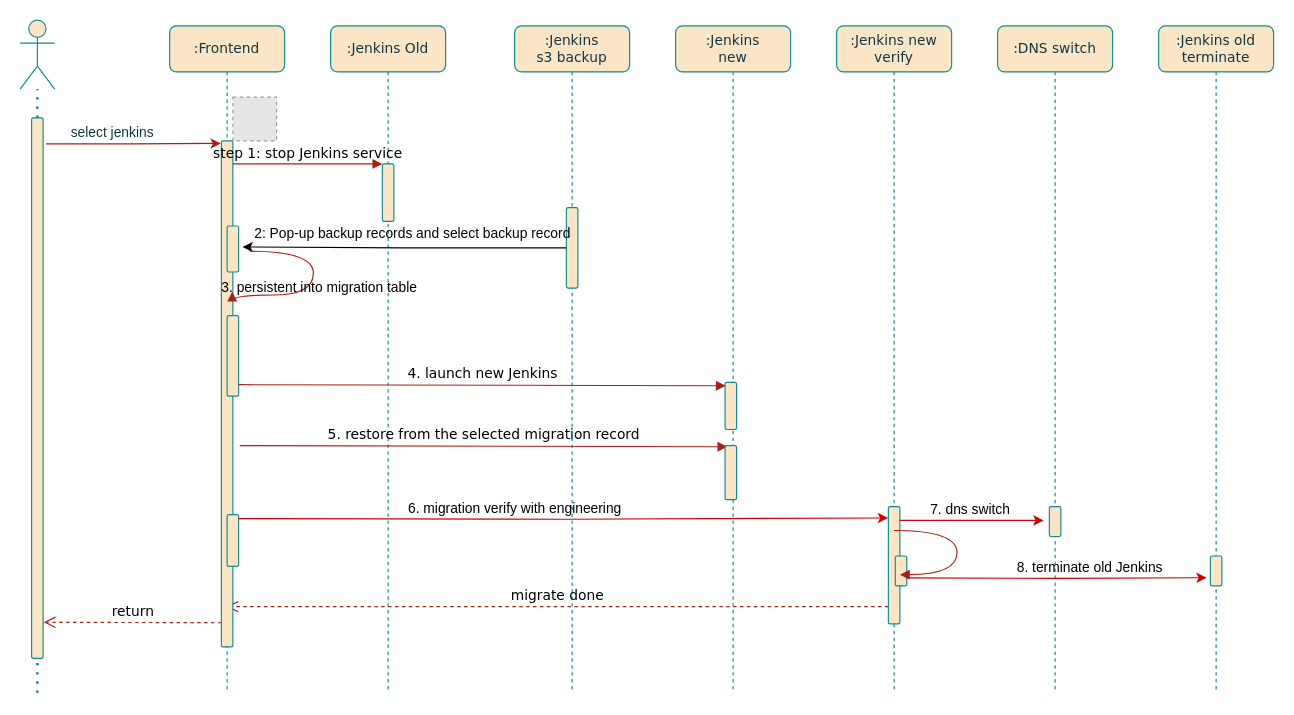
Before: Jenkins_migration_2.drawio in jiangtao7/draw.io, a draw.io diagram. Source tidied: cells renumbered, new cells numbered last; positions are measured from the earlier drawing's top-left corner, leaving out a move shared by most shapes. Both pictures are drawn from the tidied source at 115%, with x=0, y=0 at pixel (20, 20). Pictures stored in the file or linked from it are replaced by grey dashed boxes.
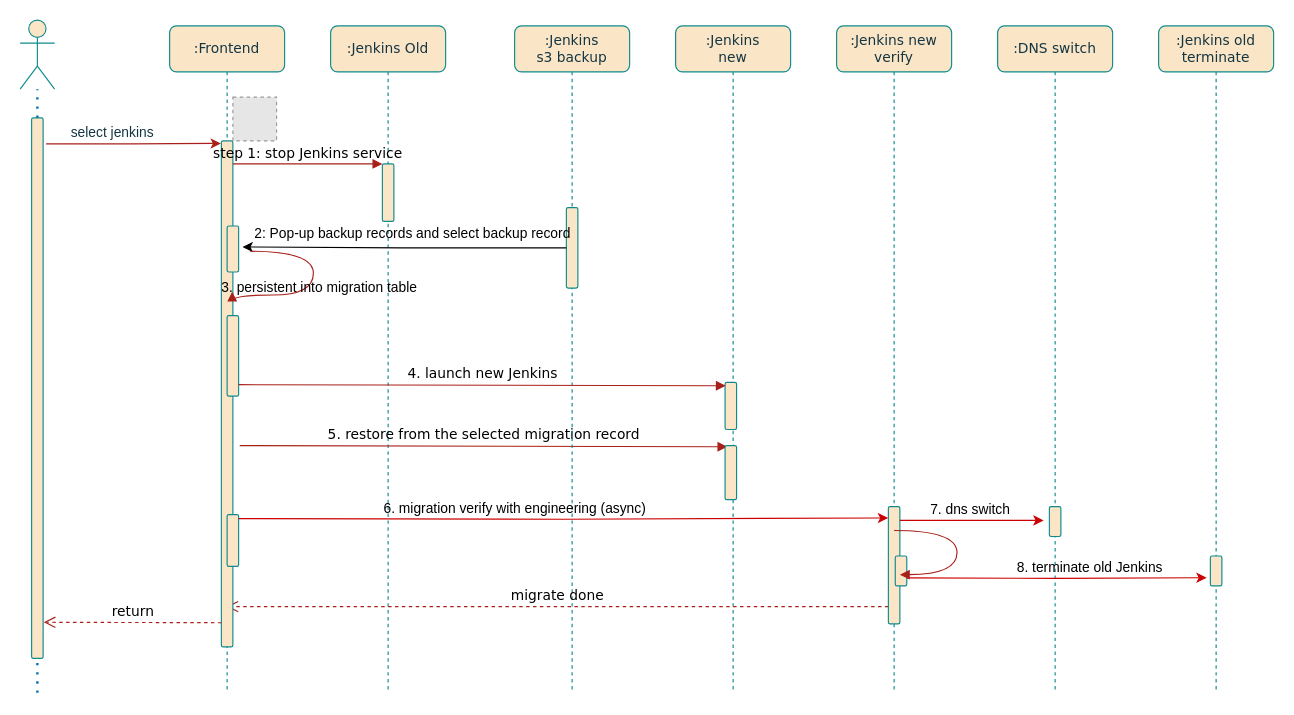
The same diagram, later.

What changed in the source:
```diff
@@
-    <mxCell id="32" value="6. migration verify with engineering" style="text;html=1;align=center;verticalAlign=middle;strokeColor=none;fillColor=none;" parent="1" vertex="1">
-      <mxGeometry x="325" y="410" width="210" height="30" as="geometry" />
+    <mxCell id="32" value="6. migration verify with engineering (async)" style="text;html=1;align=center;verticalAlign=middle;strokeColor=none;fillColor=none;" parent="1" vertex="1">
+      <mxGeometry x="305" y="410" width="250" height="30" as="geometry" />
     </mxCell>
```
